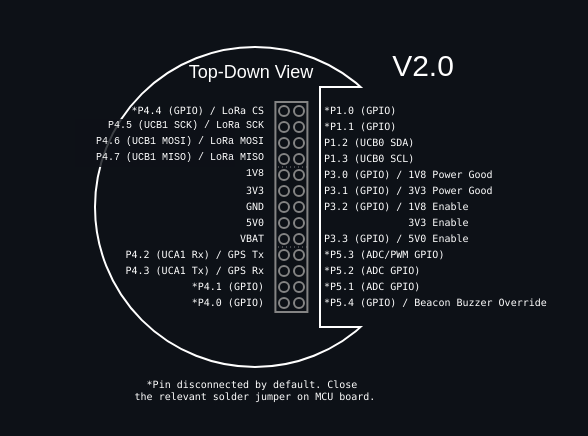
RossPorter506/APSS-Reference-PCBs keeps this draw.io diagram as PSat/Docs/v2.0pinout.drawio. Above is the earlier version. Source tidied: cells renumbered, new cells numbered last; positions are measured from the earlier drawing's top-left corner, leaving out a move shared by most shapes. Both pictures are drawn from the tidied source at 200%, with x=0, y=0 at pixel (74, 34).
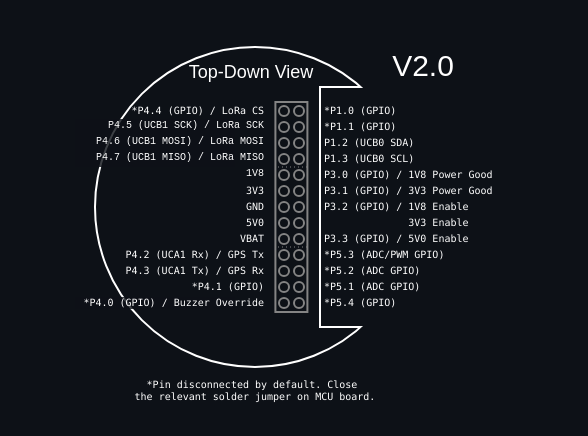
The same diagram, later.

Diff of the diagram source:
```diff
@@
-    <mxCell id="50" value="*P5.4 (GPIO) / Beacon Buzzer Override" style="text;html=1;whiteSpace=wrap;strokeColor=none;fillColor=none;align=left;verticalAlign=middle;rounded=0;fontSize=5;fontFamily=monospace;fontColor=#FFFFFF;" parent="1" vertex="1">
+    <mxCell id="50" value="*P5.4 (GPIO)" style="text;html=1;whiteSpace=wrap;strokeColor=none;fillColor=none;align=left;verticalAlign=middle;rounded=0;fontSize=5;fontFamily=monospace;fontColor=#FFFFFF;" parent="1" vertex="1">
       <mxGeometry x="123" y="128" width="117" height="10" as="geometry" />
     </mxCell>
@@
-    <mxCell id="59" value="*P4.0 (GPIO)" style="text;html=1;whiteSpace=wrap;strokeColor=none;fillColor=none;align=right;verticalAlign=middle;rounded=0;fontSize=5;fontFamily=monospace;fontColor=#FFFFFF;" parent="1" vertex="1">
-      <mxGeometry x="30" y="128" width="67" height="10" as="geometry" />
-    </mxCell>
@@
+    <mxCell id="68" style="rounded=0;whiteSpace=wrap;html=1;strokeColor=none;opacity=80;fontColor=#FFFFFF;fillColor=#0D1117;" parent="1" vertex="1">
+      <mxGeometry y="131" width="80" height="6" as="geometry" />
+    </mxCell>
+    <mxCell id="59" value="*P4.0 (GPIO)&lt;span style=&quot;text-align: left;&quot;&gt;&amp;nbsp;/ Buzzer Override&lt;/span&gt;" style="text;html=1;whiteSpace=wrap;strokeColor=none;fillColor=none;align=right;verticalAlign=middle;rounded=0;fontSize=5;fontFamily=monospace;fontColor=#FFFFFF;" parent="1" vertex="1">
+      <mxGeometry x="-20" y="128" width="117" height="10" as="geometry" />
+    </mxCell>
```
